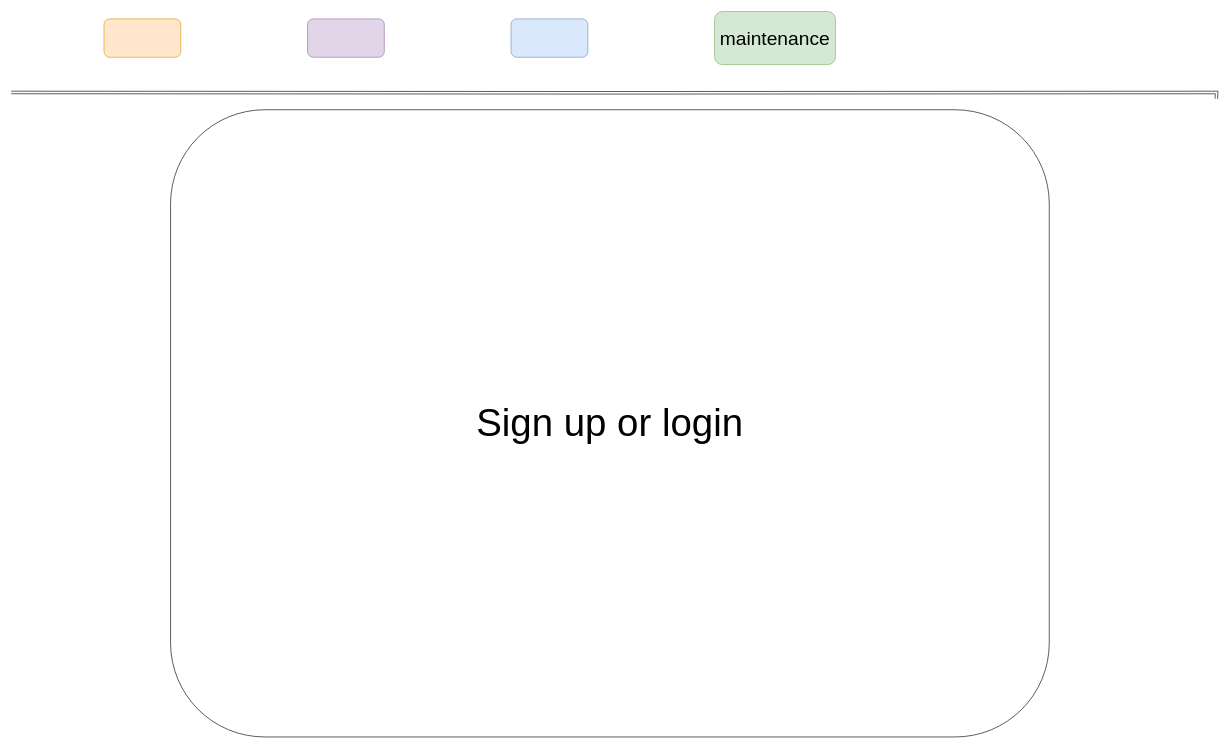
The draw.io diagram page "/Maintenance/AddNewCar" (4 of 6) of Diagram/Prototype v0.1/MetainenceInterfaceDiagram.drawio in omarwasfi/CM, before the edit. Source tidied: cells renumbered, new cells numbered last; positions are measured from the earlier drawing's top-left corner, leaving out a move shared by most shapes. Both pictures are drawn from the tidied source at 64%, with x=0, y=0 at pixel (11, 12).
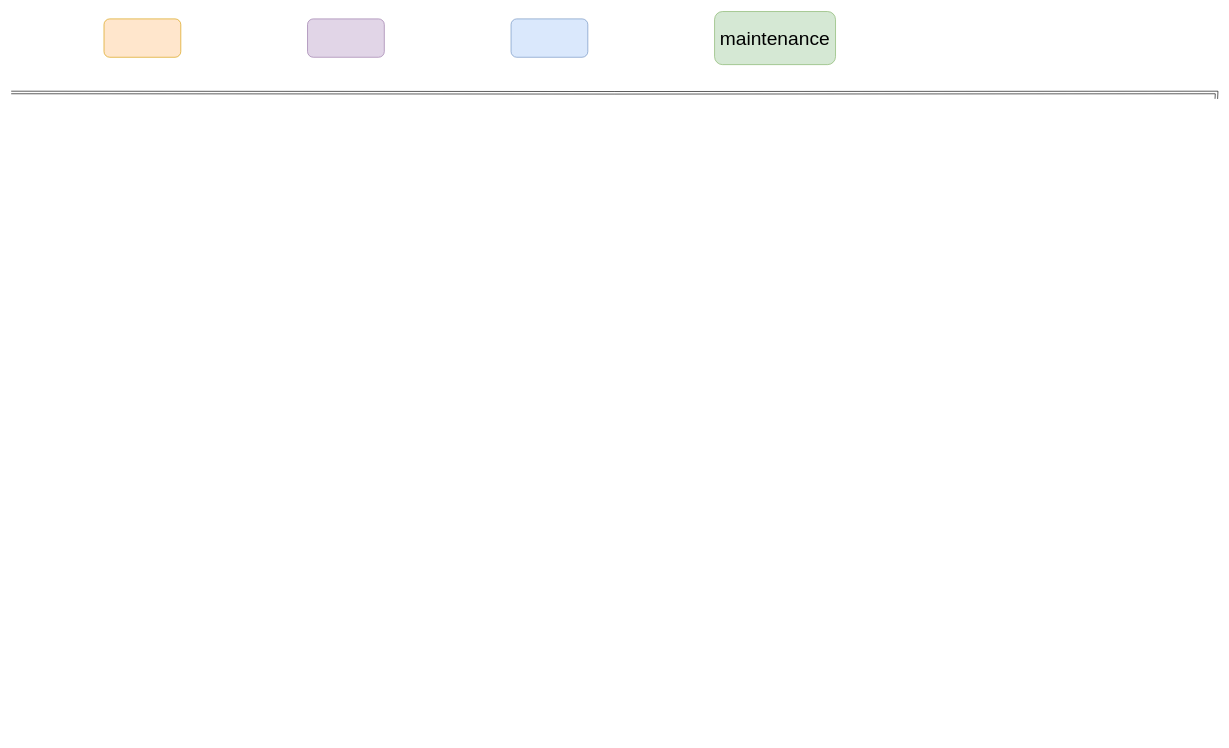
After the change.

The edit, as a diff of the source:
```diff
@@
 <mxGraphModel>
   <root>
     <mxCell id="0" />
     <mxCell id="1" parent="0" />
     <mxCell id="2" style="rounded=1;whiteSpace=wrap;html=1;fillColor=#ffe6cc;strokeColor=#d79b00;" parent="1" vertex="1">
       <mxGeometry x="145" y="11" width="120" height="60" as="geometry" />
     </mxCell>
     <mxCell id="3" style="rounded=1;whiteSpace=wrap;html=1;fillColor=#e1d5e7;strokeColor=#9673a6;" parent="1" vertex="1">
       <mxGeometry x="463" y="11" width="120" height="60" as="geometry" />
     </mxCell>
     <mxCell id="4" style="rounded=1;whiteSpace=wrap;html=1;fillColor=#dae8fc;strokeColor=#6c8ebf;" parent="1" vertex="1">
       <mxGeometry x="781" y="11" width="120" height="60" as="geometry" />
     </mxCell>
     <mxCell id="5" value="&lt;font style=&quot;font-size: 30px&quot;&gt;maintenance&lt;/font&gt;" style="rounded=1;whiteSpace=wrap;html=1;fillColor=#d5e8d4;strokeColor=#82b366;" parent="1" vertex="1">
       <mxGeometry x="1099" y="-0.5" width="189" height="83" as="geometry" />
     </mxCell>
     <mxCell id="6" style="shape=link;html=1;rounded=0;edgeStyle=orthogonalEdgeStyle;" parent="1" edge="1">
       <mxGeometry relative="1" as="geometry">
         <mxPoint y="126" as="sourcePoint" />
         <mxPoint x="1883" y="136" as="targetPoint" />
       </mxGeometry>
     </mxCell>
-    <mxCell id="7" value="&lt;font style=&quot;font-size: 60px&quot;&gt;Sign up or login&lt;/font&gt;" style="rounded=1;whiteSpace=wrap;html=1;" parent="1" vertex="1">
-      <mxGeometry x="249" y="153" width="1373" height="980" as="geometry" />
-    </mxCell>
   </root>
 </mxGraphModel>
```
